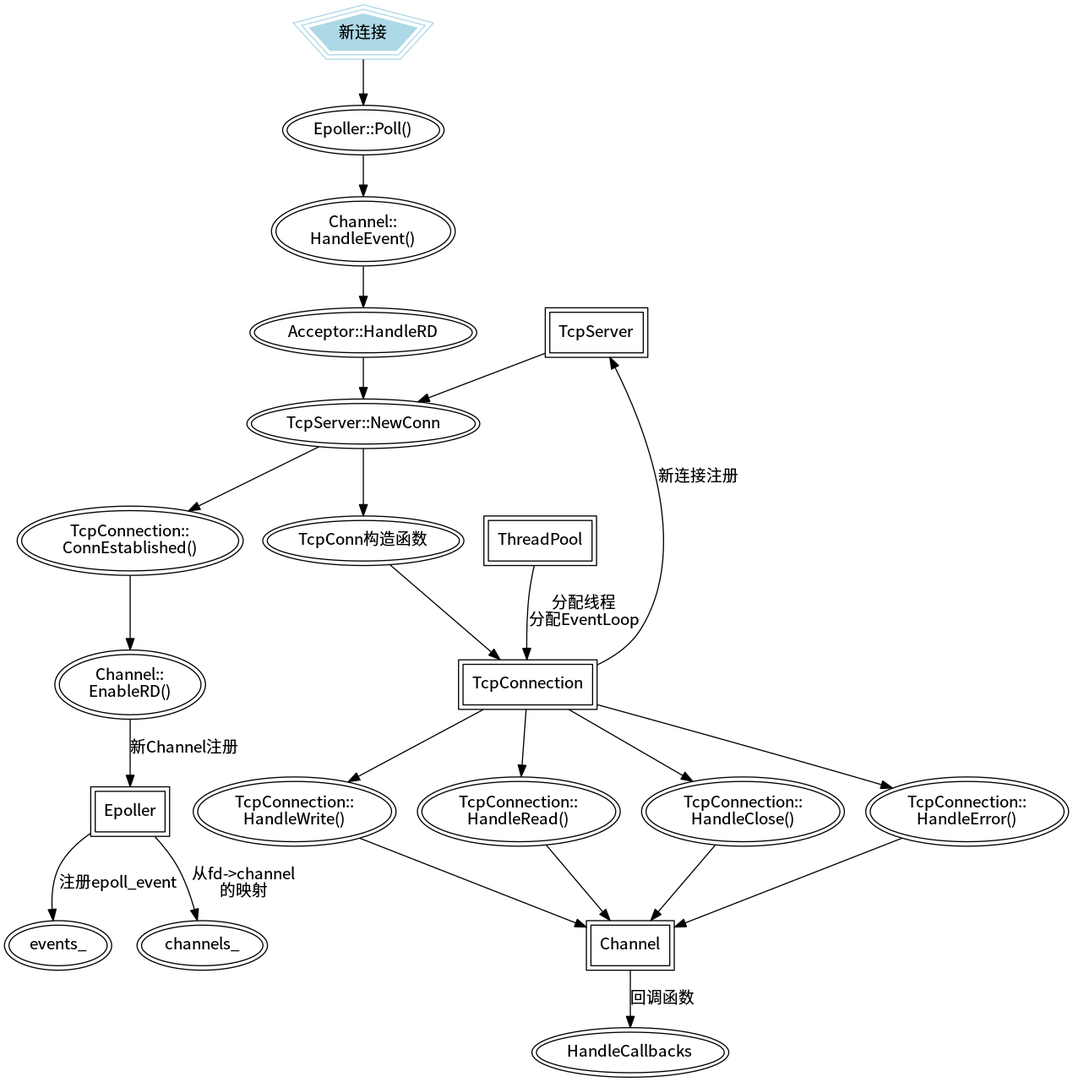
The Graphviz diagram imag/new_conn.png in bbkgl/bbkgl, before a commit. Its source is kept beside it as imag/new_conn.dot.
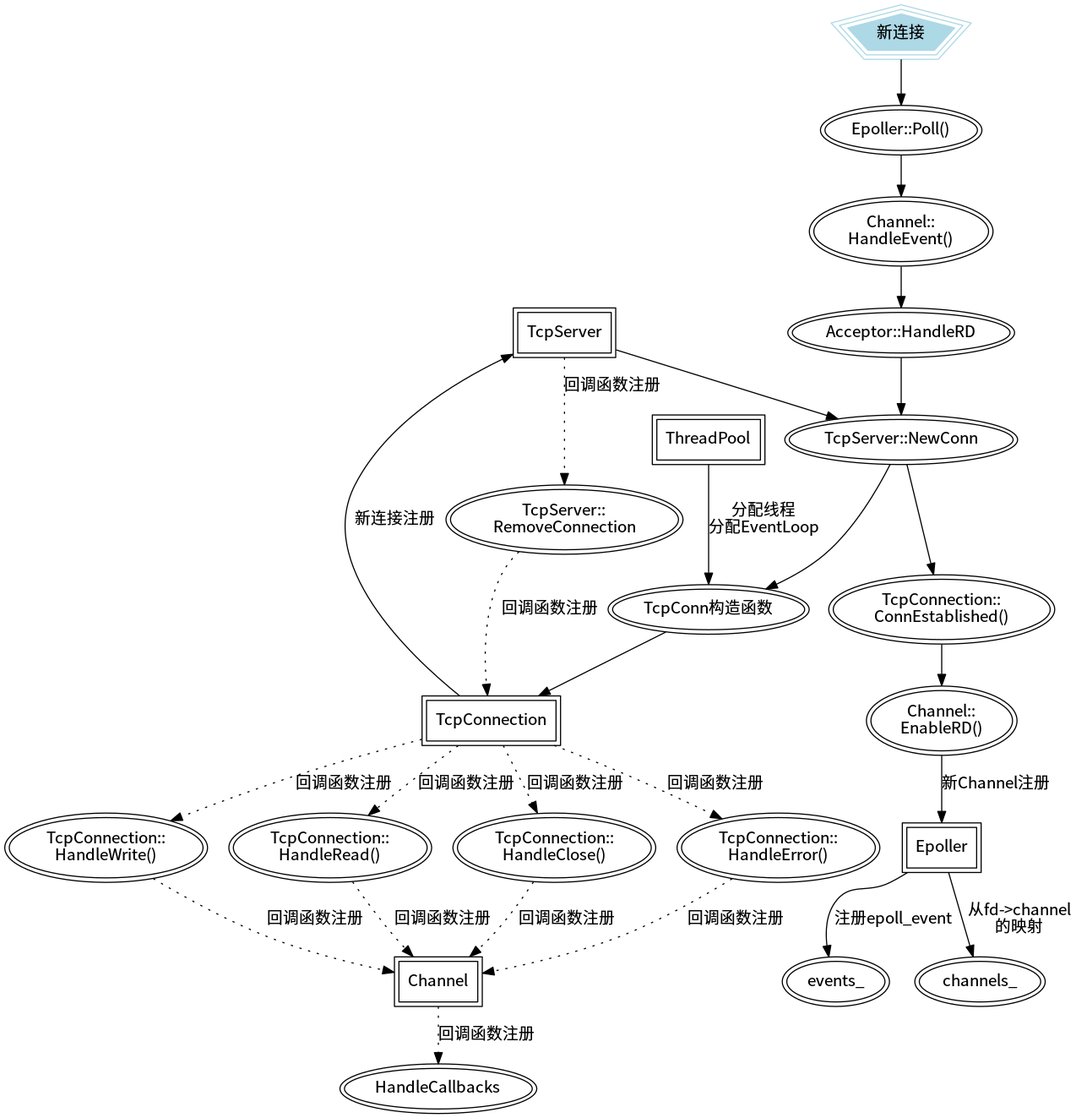
Later version of the same file.

Commit message:
完成所有流程图的绘制，更新代码

What changed in the source:
```diff
@@ -21,7 +21,7 @@
 	HandleCloseConn[label = "TcpConnection::\nHandleClose()"];
 	HandleErrorConn[label = "TcpConnection::\nHandleError()"];
 	HandleWriteConn[label = "TcpConnection::\nHandleWrite()"];
-
+	RemoveConn[label = "TcpServer::\nRemoveConnection"];
 
 	New[label = "新连接", shape = polygon,sides = 5,peripheries = 3,color = lightblue,style = filled];
 
@@ -31,12 +31,15 @@
 	Epoller -> channels_[label = "从fd->channel\n的映射"];
 
 	New -> Poll -> HandleEvent -> HandleRead -> NewConnection -> TcpConnectionCon -> TcpConnection;
-	ThreadPool -> TcpConnection[label = "分配线程\n分配EventLoop"];
+	ThreadPool -> TcpConnectionCon[label = "分配线程\n分配EventLoop"];
 
 	TcpConnection -> TcpServer[label = "新连接注册"];
 	TcpServer -> NewConnection  -> ConnEst -> EnableReading;
 	EnableReading -> Epoller[label = "新Channel注册"];
 
-	TcpConnection -> {HandleReadConn, HandleCloseConn, HandleErrorConn, HandleWriteConn} -> Channel;
-	Channel -> HandleCallbacks[label = "回调函数"];
+	TcpConnection -> {HandleReadConn, HandleCloseConn, HandleErrorConn, HandleWriteConn}[style = dotted, label = "回调函数注册"];
+	{HandleReadConn, HandleCloseConn, HandleErrorConn, HandleWriteConn} -> Channel[style = dotted, label = "回调函数注册"];
+	Channel -> HandleCallbacks[style = dotted, label = "回调函数注册"];
+	TcpServer -> RemoveConn[style = dotted, label = "回调函数注册"];
+	RemoveConn -> TcpConnection[style = dotted, label = "回调函数注册"];
 }
```
